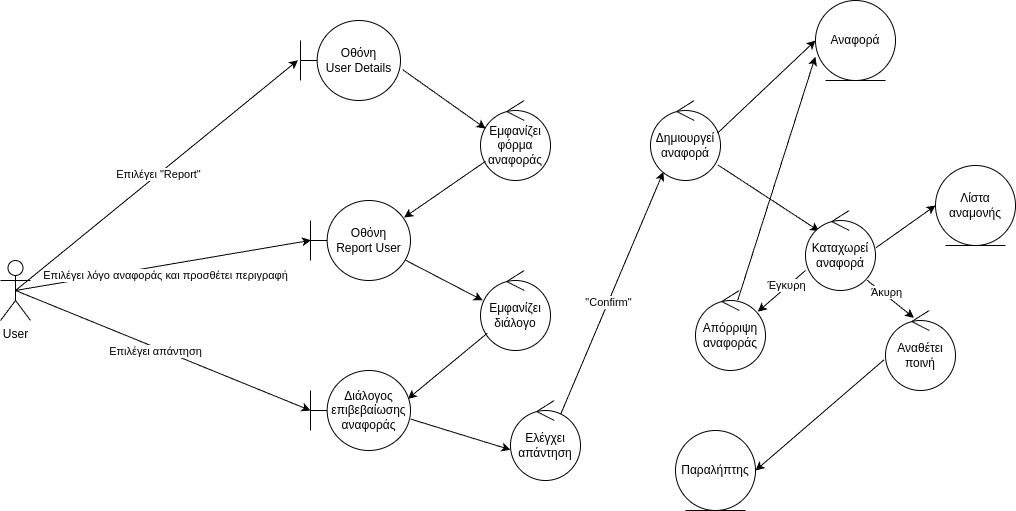
Before: reports/report-user-robustness.drawio.png, a diagram exported from draw.io (YannisRavasopoulos/ProjectSD_S6). Source tidied: cells renumbered, new cells last; positions are measured from the earlier drawing's top-left corner, leaving out a move shared by most shapes. The source it was exported from:
```xml
<mxGraphModel background="#ffffff">
  <root>
    <mxCell id="0" />
    <mxCell id="1" parent="0" />
    <mxCell id="2" value="User" style="shape=umlActor;verticalLabelPosition=bottom;verticalAlign=top;html=1;" parent="1" vertex="1">
      <mxGeometry y="260" width="30" height="60" as="geometry" />
    </mxCell>
    <mxCell id="3" value="Οθόνη&lt;br&gt;User Details" style="shape=umlBoundary;whiteSpace=wrap;html=1;" parent="1" vertex="1">
      <mxGeometry x="300" y="20" width="100" height="80" as="geometry" />
    </mxCell>
    <mxCell id="4" style="endArrow=classic;html=1;rounded=0;exitX=0.5;exitY=0.5;exitDx=0;exitDy=0;exitPerimeter=0;entryX=-0.025;entryY=0.496;entryDx=0;entryDy=0;entryPerimeter=0;" parent="1" edge="1" source="2" target="3">
      <mxGeometry relative="1" as="geometry" />
    </mxCell>
    <mxCell id="5" value="Επιλέγει &quot;Report&quot;" style="edgeLabel;html=1;align=center;verticalAlign=middle;" parent="4" vertex="1">
      <mxGeometry x="0.01" relative="1" as="geometry" />
    </mxCell>
    <mxCell id="6" value="Εμφανίζει&lt;br&gt;φόρμα αναφοράς" style="ellipse;shape=umlControl;whiteSpace=wrap;html=1;" parent="1" vertex="1">
      <mxGeometry x="480" y="100" width="70" height="80" as="geometry" />
    </mxCell>
    <mxCell id="7" style="endArrow=classic;html=1;rounded=0;exitX=1.022;exitY=0.615;exitDx=0;exitDy=0;exitPerimeter=0;entryX=0.073;entryY=0.351;entryDx=0;entryDy=0;entryPerimeter=0;" parent="1" edge="1" source="3" target="6">
      <mxGeometry relative="1" as="geometry" />
    </mxCell>
    <mxCell id="8" style="endArrow=classic;html=1;rounded=0;entryX=0.936;entryY=0.213;entryDx=0;entryDy=0;entryPerimeter=0;" parent="1" edge="1" source="6" target="9">
      <mxGeometry relative="1" as="geometry" />
    </mxCell>
    <mxCell id="9" value="Οθόνη&lt;br&gt;Report User" style="shape=umlBoundary;whiteSpace=wrap;html=1;" parent="1" vertex="1">
      <mxGeometry x="310" y="200" width="100" height="80" as="geometry" />
    </mxCell>
    <mxCell id="10" style="endArrow=classic;html=1;rounded=0;exitX=0.5;exitY=0.5;exitDx=0;exitDy=0;exitPerimeter=0;entryX=0.005;entryY=0.497;entryDx=0;entryDy=0;entryPerimeter=0;" parent="1" edge="1" source="2" target="9">
      <mxGeometry relative="1" as="geometry" />
    </mxCell>
    <mxCell id="11" value="Επιλέγει λόγο αναφοράς και προσθέτει περιγραφή" style="edgeLabel;html=1;align=center;verticalAlign=middle;" parent="10" vertex="1">
      <mxGeometry x="-0.09" relative="1" as="geometry">
        <mxPoint x="15" y="7" as="offset" />
      </mxGeometry>
    </mxCell>
    <mxCell id="12" style="endArrow=classic;html=1;rounded=0;exitX=0.95;exitY=0.746;exitDx=0;exitDy=0;exitPerimeter=0;entryX=0.031;entryY=0.373;entryDx=0;entryDy=0;entryPerimeter=0;" parent="1" edge="1" source="9" target="13">
      <mxGeometry relative="1" as="geometry" />
    </mxCell>
    <mxCell id="13" value="Εμφανίζει&lt;br&gt;διάλογο" style="ellipse;shape=umlControl;whiteSpace=wrap;html=1;" parent="1" vertex="1">
      <mxGeometry x="480" y="270" width="70" height="80" as="geometry" />
    </mxCell>
    <mxCell id="14" style="endArrow=classic;html=1;rounded=0;exitX=0.098;exitY=0.783;exitDx=0;exitDy=0;exitPerimeter=0;entryX=0.974;entryY=0.354;entryDx=0;entryDy=0;entryPerimeter=0;" parent="1" edge="1" source="13" target="15">
      <mxGeometry relative="1" as="geometry" />
    </mxCell>
    <mxCell id="15" value="Διάλογος&lt;br&gt;επιβεβαίωσης&lt;br&gt;αναφοράς" style="shape=umlBoundary;whiteSpace=wrap;html=1;" parent="1" vertex="1">
      <mxGeometry x="310" y="370" width="100" height="80" as="geometry" />
    </mxCell>
    <mxCell id="16" style="endArrow=classic;html=1;rounded=0;exitX=1.003;exitY=0.608;exitDx=0;exitDy=0;exitPerimeter=0;entryX=0;entryY=0.616;entryDx=0;entryDy=0;entryPerimeter=0;" parent="1" edge="1" source="15" target="17">
      <mxGeometry relative="1" as="geometry" />
    </mxCell>
    <mxCell id="17" value="Ελέγχει&lt;br&gt;απάντηση" style="ellipse;shape=umlControl;whiteSpace=wrap;html=1;" parent="1" vertex="1">
      <mxGeometry x="510" y="400" width="70" height="80" as="geometry" />
    </mxCell>
    <mxCell id="18" style="endArrow=classic;html=1;rounded=0;exitX=0.719;exitY=0.167;exitDx=0;exitDy=0;exitPerimeter=0;entryX=0.184;entryY=0.893;entryDx=0;entryDy=0;entryPerimeter=0;" parent="1" edge="1" source="17" target="20">
      <mxGeometry relative="1" as="geometry" />
    </mxCell>
    <mxCell id="19" value="&quot;Confirm&quot;" style="edgeLabel;html=1;align=center;verticalAlign=middle;" parent="18" vertex="1">
      <mxGeometry x="-0.07" relative="1" as="geometry" />
    </mxCell>
    <mxCell id="20" value="Δημιουργεί&lt;br&gt;αναφορά" style="ellipse;shape=umlControl;whiteSpace=wrap;html=1;" parent="1" vertex="1">
      <mxGeometry x="650" y="100" width="70" height="80" as="geometry" />
    </mxCell>
    <mxCell id="21" value="Αναφορά" style="ellipse;shape=umlEntity;whiteSpace=wrap;html=1;" parent="1" vertex="1">
      <mxGeometry x="815" width="80" height="80" as="geometry" />
    </mxCell>
    <mxCell id="22" style="endArrow=classic;html=1;rounded=0;exitX=0.958;exitY=0.407;exitDx=0;exitDy=0;exitPerimeter=0;entryX=0;entryY=0.5;entryDx=0;entryDy=0;" parent="1" edge="1" source="20" target="21">
      <mxGeometry relative="1" as="geometry" />
    </mxCell>
    <mxCell id="23" style="endArrow=classic;html=1;rounded=0;exitX=0.961;exitY=0.805;exitDx=0;exitDy=0;exitPerimeter=0;entryX=0.196;entryY=0.258;entryDx=0;entryDy=0;entryPerimeter=0;" parent="1" edge="1" source="20" target="24">
      <mxGeometry relative="1" as="geometry" />
    </mxCell>
    <mxCell id="24" value="Καταχωρεί&lt;br&gt;αναφορά" style="ellipse;shape=umlControl;whiteSpace=wrap;html=1;" parent="1" vertex="1">
      <mxGeometry x="805" y="210" width="70" height="80" as="geometry" />
    </mxCell>
    <mxCell id="25" value="Λίστα αναμονής" style="ellipse;shape=umlEntity;whiteSpace=wrap;html=1;" parent="1" vertex="1">
      <mxGeometry x="935" y="165" width="80" height="80" as="geometry" />
    </mxCell>
    <mxCell id="26" style="endArrow=classic;html=1;rounded=0;exitX=1.003;exitY=0.468;exitDx=0;exitDy=0;exitPerimeter=0;entryX=0;entryY=0.5;entryDx=0;entryDy=0;" parent="1" edge="1" source="24" target="25">
      <mxGeometry relative="1" as="geometry" />
    </mxCell>
    <mxCell id="27" value="Αναθέτει&lt;br&gt;ποινή" style="ellipse;shape=umlControl;whiteSpace=wrap;html=1;" parent="1" vertex="1">
      <mxGeometry x="885" y="310" width="70" height="80" as="geometry" />
    </mxCell>
    <mxCell id="28" style="endArrow=classic;html=1;rounded=0;exitX=0.879;exitY=0.871;exitDx=0;exitDy=0;exitPerimeter=0;entryX=0.406;entryY=0.092;entryDx=0;entryDy=0;entryPerimeter=0;" parent="1" edge="1" source="24" target="27">
      <mxGeometry relative="1" as="geometry" />
    </mxCell>
    <mxCell id="29" value="Άκυρη" style="edgeLabel;html=1;align=center;verticalAlign=middle;" parent="28" vertex="1">
      <mxGeometry x="-0.44" y="-2" relative="1" as="geometry">
        <mxPoint x="7" as="offset" />
      </mxGeometry>
    </mxCell>
    <mxCell id="30" value="Παραλήπτης" style="ellipse;shape=umlEntity;whiteSpace=wrap;html=1;" parent="1" vertex="1">
      <mxGeometry x="675" y="430" width="80" height="80" as="geometry" />
    </mxCell>
    <mxCell id="31" style="endArrow=classic;html=1;rounded=0;exitX=-0.021;exitY=0.616;exitDx=0;exitDy=0;exitPerimeter=0;entryX=1;entryY=0.5;entryDx=0;entryDy=0;" parent="1" edge="1" source="27" target="30">
      <mxGeometry relative="1" as="geometry" />
    </mxCell>
    <mxCell id="32" style="endArrow=classic;html=1;exitX=0.5;exitY=0.5;exitDx=0;exitDy=0;exitPerimeter=0;entryX=0;entryY=0.5;entryDx=0;entryDy=0;entryPerimeter=0;" parent="1" edge="1" source="2" target="15">
      <mxGeometry relative="1" as="geometry" />
    </mxCell>
    <mxCell id="33" value="&lt;span style=&quot;color: rgb(0, 0, 0);&quot;&gt;Επιλέγει απάντηση&lt;/span&gt;" style="edgeLabel;html=1;align=center;verticalAlign=middle;" parent="32" vertex="1">
      <mxGeometry x="-0.05" y="-3" relative="1" as="geometry" />
    </mxCell>
    <mxCell id="34" value="Απόρριψη&lt;br&gt;αναφοράς" style="ellipse;shape=umlControl;whiteSpace=wrap;html=1;" parent="1" vertex="1">
      <mxGeometry x="695" y="290" width="70" height="80" as="geometry" />
    </mxCell>
    <mxCell id="35" style="endArrow=classic;html=1;entryX=0.89;entryY=0.265;entryDx=0;entryDy=0;entryPerimeter=0;exitX=0;exitY=0.75;exitDx=0;exitDy=0;exitPerimeter=0;" parent="1" edge="1" source="24" target="34">
      <mxGeometry relative="1" as="geometry" />
    </mxCell>
    <mxCell id="36" value="Έγκυρη" style="edgeLabel;html=1;align=center;verticalAlign=middle;" parent="35" vertex="1">
      <mxGeometry x="-0.25" y="-2" relative="1" as="geometry" />
    </mxCell>
    <mxCell id="37" style="endArrow=classic;html=1;entryX=-0.002;entryY=0.702;entryDx=0;entryDy=0;entryPerimeter=0;exitX=0.605;exitY=0.119;exitDx=0;exitDy=0;exitPerimeter=0;" parent="1" edge="1" source="34" target="21">
      <mxGeometry relative="1" as="geometry" />
    </mxCell>
  </root>
</mxGraphModel>
```
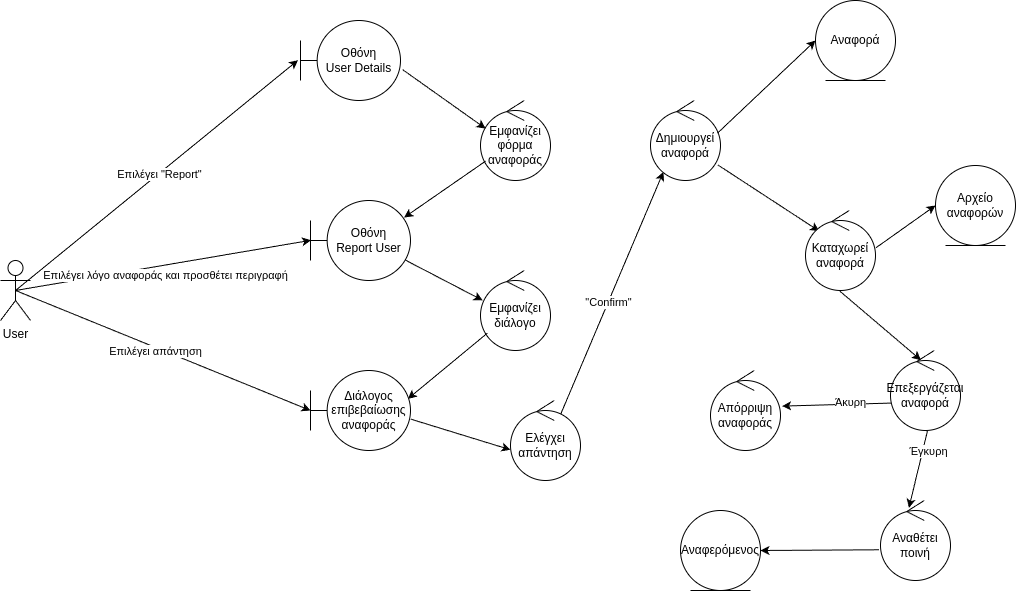
The same diagram one commit later.

Commit message:
Update report-user

The edit, as a diff of the source:
```diff
@@ -73,25 +73,25 @@
     <mxCell id="24" value="Καταχωρεί&lt;br&gt;αναφορά" style="ellipse;shape=umlControl;whiteSpace=wrap;html=1;" parent="1" vertex="1">
       <mxGeometry x="805" y="210" width="70" height="80" as="geometry" />
     </mxCell>
-    <mxCell id="25" value="Λίστα αναμονής" style="ellipse;shape=umlEntity;whiteSpace=wrap;html=1;" parent="1" vertex="1">
+    <mxCell id="25" value="Αρχείο&lt;br&gt;αναφορών" style="ellipse;shape=umlEntity;whiteSpace=wrap;html=1;" parent="1" vertex="1">
       <mxGeometry x="935" y="165" width="80" height="80" as="geometry" />
     </mxCell>
     <mxCell id="26" style="endArrow=classic;html=1;rounded=0;exitX=1.003;exitY=0.468;exitDx=0;exitDy=0;exitPerimeter=0;entryX=0;entryY=0.5;entryDx=0;entryDy=0;" parent="1" edge="1" source="24" target="25">
       <mxGeometry relative="1" as="geometry" />
     </mxCell>
     <mxCell id="27" value="Αναθέτει&lt;br&gt;ποινή" style="ellipse;shape=umlControl;whiteSpace=wrap;html=1;" parent="1" vertex="1">
-      <mxGeometry x="885" y="310" width="70" height="80" as="geometry" />
+      <mxGeometry x="880" y="500" width="70" height="80" as="geometry" />
     </mxCell>
-    <mxCell id="28" style="endArrow=classic;html=1;rounded=0;exitX=0.879;exitY=0.871;exitDx=0;exitDy=0;exitPerimeter=0;entryX=0.406;entryY=0.092;entryDx=0;entryDy=0;entryPerimeter=0;" parent="1" edge="1" source="24" target="27">
+    <mxCell id="28" style="endArrow=classic;html=1;rounded=0;entryX=0.406;entryY=0.092;entryDx=0;entryDy=0;entryPerimeter=0;exitX=0.528;exitY=1.004;exitDx=0;exitDy=0;exitPerimeter=0;" parent="1" edge="1" source="38" target="27">
       <mxGeometry relative="1" as="geometry" />
     </mxCell>
-    <mxCell id="29" value="Άκυρη" style="edgeLabel;html=1;align=center;verticalAlign=middle;" parent="28" vertex="1">
+    <mxCell id="29" value="Έγκυρη" style="edgeLabel;html=1;align=center;verticalAlign=middle;" parent="28" vertex="1">
       <mxGeometry x="-0.44" y="-2" relative="1" as="geometry">
         <mxPoint x="7" as="offset" />
       </mxGeometry>
     </mxCell>
-    <mxCell id="30" value="Παραλήπτης" style="ellipse;shape=umlEntity;whiteSpace=wrap;html=1;" parent="1" vertex="1">
-      <mxGeometry x="675" y="430" width="80" height="80" as="geometry" />
+    <mxCell id="30" value="Αναφερόμενος" style="ellipse;shape=umlEntity;whiteSpace=wrap;html=1;" parent="1" vertex="1">
+      <mxGeometry x="680" y="510" width="80" height="80" as="geometry" />
     </mxCell>
     <mxCell id="31" style="endArrow=classic;html=1;rounded=0;exitX=-0.021;exitY=0.616;exitDx=0;exitDy=0;exitPerimeter=0;entryX=1;entryY=0.5;entryDx=0;entryDy=0;" parent="1" edge="1" source="27" target="30">
       <mxGeometry relative="1" as="geometry" />
@@ -103,16 +103,19 @@
       <mxGeometry x="-0.05" y="-3" relative="1" as="geometry" />
     </mxCell>
     <mxCell id="34" value="Απόρριψη&lt;br&gt;αναφοράς" style="ellipse;shape=umlControl;whiteSpace=wrap;html=1;" parent="1" vertex="1">
-      <mxGeometry x="695" y="290" width="70" height="80" as="geometry" />
+      <mxGeometry x="710" y="370" width="70" height="80" as="geometry" />
     </mxCell>
-    <mxCell id="35" style="endArrow=classic;html=1;entryX=0.89;entryY=0.265;entryDx=0;entryDy=0;entryPerimeter=0;exitX=0;exitY=0.75;exitDx=0;exitDy=0;exitPerimeter=0;" parent="1" edge="1" source="24" target="34">
+    <mxCell id="35" style="endArrow=classic;html=1;entryX=1.022;entryY=0.445;entryDx=0;entryDy=0;entryPerimeter=0;exitX=0.014;exitY=0.657;exitDx=0;exitDy=0;exitPerimeter=0;" parent="1" edge="1" source="38" target="34">
       <mxGeometry relative="1" as="geometry" />
     </mxCell>
-    <mxCell id="36" value="Έγκυρη" style="edgeLabel;html=1;align=center;verticalAlign=middle;" parent="35" vertex="1">
+    <mxCell id="36" value="Άκυρη" style="edgeLabel;html=1;align=center;verticalAlign=middle;" parent="35" vertex="1">
       <mxGeometry x="-0.25" y="-2" relative="1" as="geometry" />
     </mxCell>
-    <mxCell id="37" style="endArrow=classic;html=1;entryX=-0.002;entryY=0.702;entryDx=0;entryDy=0;entryPerimeter=0;exitX=0.605;exitY=0.119;exitDx=0;exitDy=0;exitPerimeter=0;" parent="1" edge="1" source="34" target="21">
-      <mxGeometry relative="1" as="geometry" />
-    </mxCell>
+    <mxCell id="38" value="Επεξεργάζεται&lt;div&gt;αναφορά&lt;/div&gt;" style="ellipse;shape=umlControl;whiteSpace=wrap;html=1;" parent="1" vertex="1">
+      <mxGeometry x="890" y="350" width="70" height="80" as="geometry" />
+    </mxCell>
+    <mxCell id="39" style="endArrow=classic;html=1;exitX=0.49;exitY=1.008;exitDx=0;exitDy=0;exitPerimeter=0;entryX=0.435;entryY=0.121;entryDx=0;entryDy=0;entryPerimeter=0;" parent="1" edge="1" source="24" target="38">
+      <mxGeometry relative="1" as="geometry" />
+    </mxCell>
   </root>
 </mxGraphModel>
```
